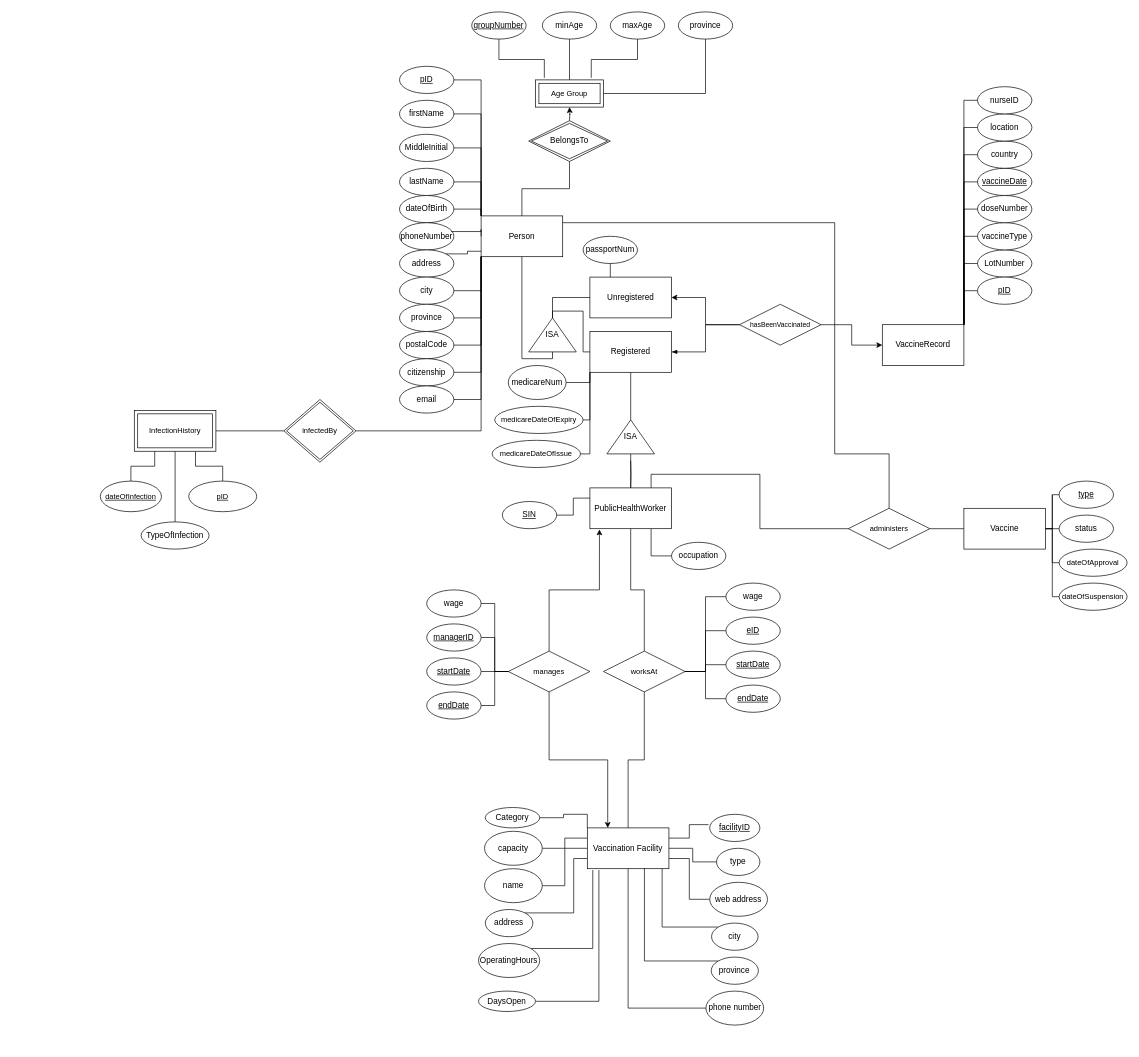
Fryingpannn/Databases keeps this draw.io diagram as main-project/COMP_353_ER_Diagram_Main_1.drawio. Above is the earlier version. Source tidied: cells renumbered, new cells numbered last; positions are measured from the earlier drawing's top-left corner, leaving out a move shared by most shapes. Both pictures are drawn from the tidied source at 68%, with x=0, y=0 at pixel (100, 12).
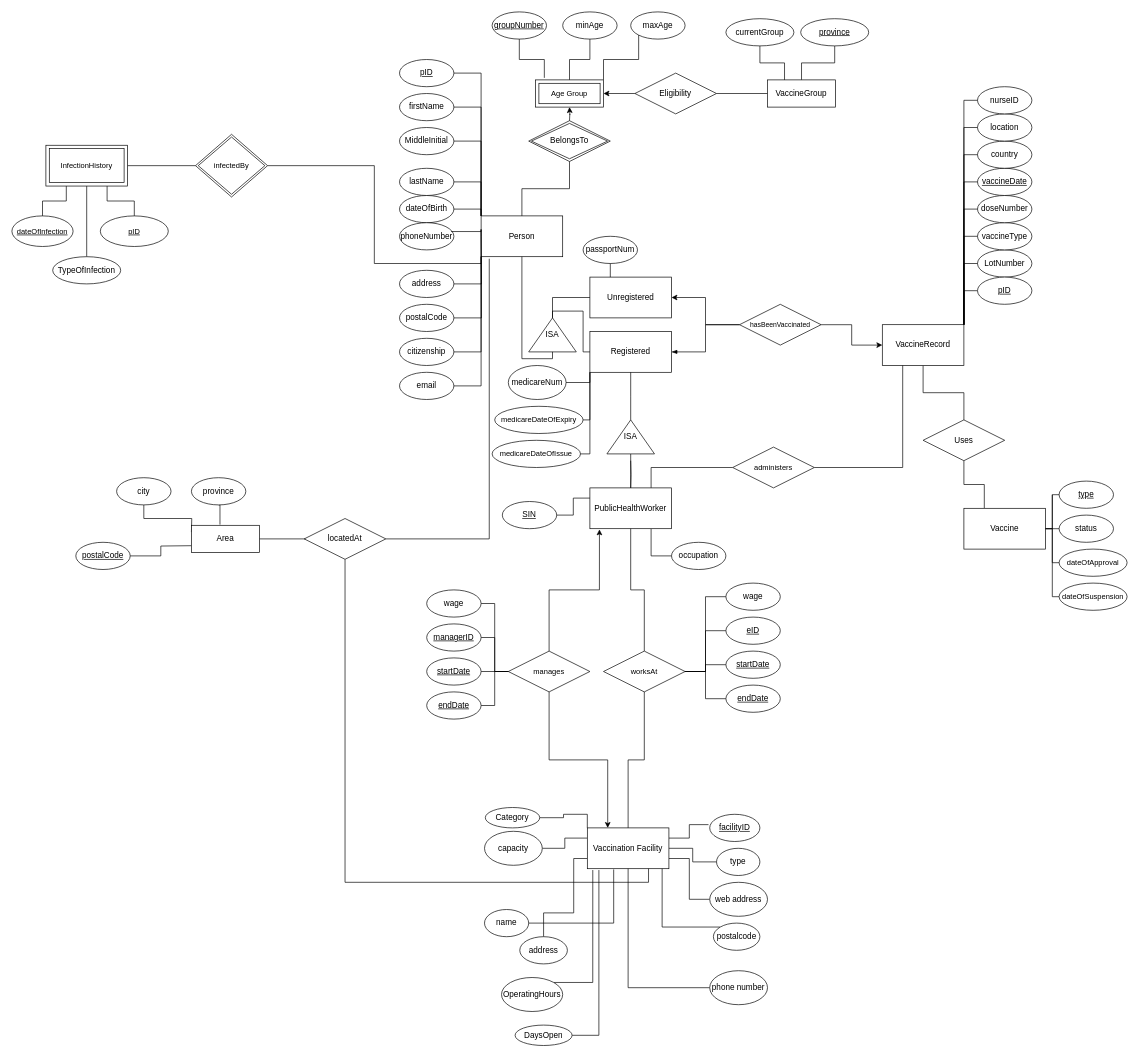
After the change.

Commit message:
Changes to how vaccines are administered

Unchanged cells that the change refers to:
```xml
<mxCell id="2" value="Person" style="rounded=0;whiteSpace=wrap;html=1;" parent="1" vertex="1">
  <mxGeometry x="560" y="300" width="120" height="60" as="geometry" />
</mxCell>
<mxCell id="42" value="VaccineRecord" style="rounded=0;whiteSpace=wrap;html=1;" parent="1" vertex="1">
  <mxGeometry x="1150" y="460" width="120" height="60" as="geometry" />
</mxCell>
<mxCell id="81" value="Vaccine" style="rounded=0;whiteSpace=wrap;html=1;" parent="1" vertex="1">
  <mxGeometry x="1270" y="730" width="120" height="60" as="geometry" />
</mxCell>
<mxCell id="88" value="Vaccination Facility" style="rounded=0;whiteSpace=wrap;html=1;" parent="1" vertex="1">
  <mxGeometry x="716.2" y="1200" width="120" height="60" as="geometry" />
</mxCell>
<mxCell id="114" value="Age Group" style="shape=ext;margin=3;double=1;whiteSpace=wrap;html=1;align=center;labelBackgroundColor=none;fontSize=11;fontColor=default;" parent="1" vertex="1">
  <mxGeometry x="640" y="100" width="100" height="40" as="geometry" />
</mxCell>
```

What changed in the source:
```diff
@@
     <mxCell id="3" value="firstName" style="ellipse;whiteSpace=wrap;html=1;" parent="1" vertex="1">
-      <mxGeometry x="440" y="130" width="80" height="40" as="geometry" />
+      <mxGeometry x="440" y="120" width="80" height="40" as="geometry" />
     </mxCell>
@@
+    <mxCell id="153" style="edgeStyle=orthogonalEdgeStyle;rounded=0;jettySize=auto;html=1;exitX=1;exitY=0.5;exitDx=0;exitDy=0;startArrow=none;startFill=0;endArrow=none;endFill=0;" parent="1" edge="1" source="7">
+      <mxGeometry relative="1" as="geometry">
+        <mxPoint x="560" y="330" as="targetPoint" />
+      </mxGeometry>
+    </mxCell>
     <mxCell id="7" value="address" style="ellipse;whiteSpace=wrap;html=1;" parent="1" vertex="1">
-      <mxGeometry x="440" y="350" width="80" height="40" as="geometry" />
+      <mxGeometry x="440" y="380" width="80" height="40" as="geometry" />
     </mxCell>
+    <mxCell id="154" style="edgeStyle=orthogonalEdgeStyle;rounded=0;jettySize=auto;html=1;exitX=0.5;exitY=1;exitDx=0;exitDy=0;entryX=0;entryY=0.25;entryDx=0;entryDy=0;endArrow=none;endFill=0;" parent="1" edge="1" source="8">
+      <mxGeometry relative="1" as="geometry">
+        <mxPoint x="134" y="765" as="targetPoint" />
+      </mxGeometry>
+    </mxCell>
     <mxCell id="8" value="city" style="ellipse;whiteSpace=wrap;html=1;" parent="1" vertex="1">
-      <mxGeometry x="440" y="390" width="80" height="40" as="geometry" />
+      <mxGeometry x="24" y="685" width="80" height="40" as="geometry" />
     </mxCell>
+    <mxCell id="155" style="edgeStyle=orthogonalEdgeStyle;rounded=0;jettySize=auto;html=1;exitX=0.5;exitY=1;exitDx=0;exitDy=0;entryX=0.42;entryY=-0.025;entryDx=0;entryDy=0;entryPerimeter=0;endArrow=none;endFill=0;" parent="1" edge="1" source="9">
+      <mxGeometry relative="1" as="geometry">
+        <mxPoint x="176" y="754" as="targetPoint" />
+      </mxGeometry>
+    </mxCell>
     <mxCell id="9" value="province" style="ellipse;whiteSpace=wrap;html=1;" parent="1" vertex="1">
-      <mxGeometry x="440" y="430" width="80" height="40" as="geometry" />
+      <mxGeometry x="134" y="685" width="80" height="40" as="geometry" />
     </mxCell>
+    <mxCell id="156" style="edgeStyle=orthogonalEdgeStyle;rounded=0;jettySize=auto;html=1;exitX=1;exitY=0.5;exitDx=0;exitDy=0;entryX=0;entryY=0.75;entryDx=0;entryDy=0;endArrow=none;endFill=0;" parent="1" edge="1" source="10">
+      <mxGeometry relative="1" as="geometry">
+        <mxPoint x="134" y="785" as="targetPoint" />
+      </mxGeometry>
+    </mxCell>
-    <mxCell id="10" value="postalCode" style="ellipse;whiteSpace=wrap;html=1;" parent="1" vertex="1">
-      <mxGeometry x="440" y="470" width="80" height="40" as="geometry" />
+    <mxCell id="10" value="&lt;u&gt;postalCode&lt;/u&gt;" style="ellipse;whiteSpace=wrap;html=1;" parent="1" vertex="1">
+      <mxGeometry x="-36" y="780" width="80" height="40" as="geometry" />
     </mxCell>
     <mxCell id="11" value="citizenship" style="ellipse;whiteSpace=wrap;html=1;" parent="1" vertex="1">
-      <mxGeometry x="440" y="510" width="80" height="40" as="geometry" />
+      <mxGeometry x="440" y="480" width="80" height="40" as="geometry" />
     </mxCell>
     <mxCell id="12" value="email" style="ellipse;whiteSpace=wrap;html=1;" parent="1" vertex="1">
-      <mxGeometry x="440" y="550" width="80" height="40" as="geometry" />
+      <mxGeometry x="440" y="530" width="80" height="40" as="geometry" />
     </mxCell>
@@
-    <mxCell id="14" style="endArrow=none;html=1;rounded=0;fontSize=6;edgeStyle=orthogonalEdgeStyle;entryX=0;entryY=0.867;entryDx=0;entryDy=0;exitX=1;exitY=0;exitDx=0;exitDy=0;entryPerimeter=0;" parent="1" edge="1" source="7" target="2">
-      <mxGeometry relative="1" as="geometry">
-        <Array as="points">
-          <mxPoint x="540" y="356" />
-          <mxPoint x="540" y="352" />
-        </Array>
-      </mxGeometry>
-    </mxCell>
-    <mxCell id="15" style="endArrow=none;html=1;rounded=0;fontSize=6;edgeStyle=orthogonalEdgeStyle;exitX=1;exitY=0.5;exitDx=0;exitDy=0;entryX=0;entryY=1;entryDx=0;entryDy=0;" parent="1" edge="1" source="8" target="2">
-      <mxGeometry relative="1" as="geometry" />
-    </mxCell>
-    <mxCell id="16" style="endArrow=none;html=1;rounded=0;fontSize=6;edgeStyle=orthogonalEdgeStyle;entryX=0;entryY=1;entryDx=0;entryDy=0;" parent="1" edge="1" source="9" target="2">
-      <mxGeometry relative="1" as="geometry" />
-    </mxCell>
-    <mxCell id="17" style="endArrow=none;html=1;rounded=0;fontSize=6;edgeStyle=orthogonalEdgeStyle;entryX=0;entryY=1;entryDx=0;entryDy=0;" parent="1" edge="1" source="10" target="2">
-      <mxGeometry relative="1" as="geometry" />
-    </mxCell>
@@
     <mxCell id="27" value="&lt;u&gt;groupNumber&lt;/u&gt;" style="ellipse;whiteSpace=wrap;html=1;" parent="1" vertex="1">
-      <mxGeometry x="546.2" width="80" height="40" as="geometry" />
+      <mxGeometry x="576.2" width="80" height="40" as="geometry" />
     </mxCell>
@@
     <mxCell id="29" value="minAge" style="ellipse;whiteSpace=wrap;html=1;" parent="1" vertex="1">
-      <mxGeometry x="650" width="80" height="40" as="geometry" />
+      <mxGeometry x="680" width="80" height="40" as="geometry" />
     </mxCell>
     <mxCell id="30" value="maxAge" style="ellipse;whiteSpace=wrap;html=1;" parent="1" vertex="1">
-      <mxGeometry x="750" width="80" height="40" as="geometry" />
+      <mxGeometry x="780" width="80" height="40" as="geometry" />
     </mxCell>
-    <mxCell id="31" style="endArrow=none;html=1;rounded=0;fontSize=12;edgeStyle=orthogonalEdgeStyle;exitX=0.82;exitY=-0.075;exitDx=0;exitDy=0;exitPerimeter=0;" parent="1" edge="1" source="114" target="30">
-      <mxGeometry relative="1" as="geometry">
-        <Array as="points">
-          <mxPoint x="722" y="70" />
-          <mxPoint x="790" y="70" />
-        </Array>
-      </mxGeometry>
-    </mxCell>
     <mxCell id="32" value="&lt;u&gt;&lt;font style=&quot;font-size: 11px&quot;&gt;dateOfInfection&lt;/font&gt;&lt;/u&gt;" style="ellipse;whiteSpace=wrap;html=1;" parent="1" vertex="1">
-      <mxGeometry y="690" width="90" height="45" as="geometry" />
+      <mxGeometry x="-130" y="300" width="90" height="45" as="geometry" />
     </mxCell>
@@
+    <mxCell id="157" style="edgeStyle=orthogonalEdgeStyle;rounded=0;jettySize=auto;html=1;exitX=0.5;exitY=1;exitDx=0;exitDy=0;entryX=0.5;entryY=0;entryDx=0;entryDy=0;startArrow=none;startFill=0;endArrow=none;endFill=0;" parent="1" edge="1" source="42" target="176">
+      <mxGeometry relative="1" as="geometry" />
+    </mxCell>
@@
-    <mxCell id="79" style="edgeStyle=orthogonalEdgeStyle;rounded=0;jettySize=auto;html=1;exitX=1;exitY=0.5;exitDx=0;exitDy=0;endArrow=none;endFill=0;startArrow=none;startFill=0;" parent="1" edge="1" source="80" target="81">
-      <mxGeometry relative="1" as="geometry" />
-    </mxCell>
+    <mxCell id="158" style="edgeStyle=orthogonalEdgeStyle;rounded=0;jettySize=auto;html=1;exitX=1;exitY=0.5;exitDx=0;exitDy=0;entryX=0.25;entryY=1;entryDx=0;entryDy=0;startArrow=none;startFill=0;endArrow=none;endFill=0;" parent="1" edge="1" source="80" target="42">
+      <mxGeometry relative="1" as="geometry" />
+    </mxCell>
     <mxCell id="80" value="&lt;font style=&quot;font-size: 11px&quot;&gt;administers&lt;/font&gt;" style="shape=rhombus;perimeter=rhombusPerimeter;whiteSpace=wrap;html=1;align=center;fontSize=6;" parent="1" vertex="1">
-      <mxGeometry x="1100" y="730" width="120" height="60" as="geometry" />
+      <mxGeometry x="930" y="640" width="120" height="60" as="geometry" />
     </mxCell>
+    <mxCell id="159" style="edgeStyle=orthogonalEdgeStyle;rounded=0;jettySize=auto;html=1;exitX=0.25;exitY=0;exitDx=0;exitDy=0;entryX=0.5;entryY=1;entryDx=0;entryDy=0;startArrow=none;startFill=0;endArrow=none;endFill=0;" parent="1" edge="1" source="81" target="176">
+      <mxGeometry relative="1" as="geometry" />
+    </mxCell>
@@
-    <mxCell id="83" style="edgeStyle=orthogonalEdgeStyle;rounded=0;jettySize=auto;html=1;exitX=0;exitY=0.5;exitDx=0;exitDy=0;fontSize=11;fontColor=default;startArrow=none;startFill=0;endArrow=none;endFill=0;" parent="1" edge="1" source="88" target="89">
-      <mxGeometry relative="1" as="geometry" />
-    </mxCell>
@@
+    <mxCell id="160" style="edgeStyle=orthogonalEdgeStyle;rounded=0;jettySize=auto;html=1;exitX=1;exitY=0.5;exitDx=0;exitDy=0;entryX=0.323;entryY=1.017;entryDx=0;entryDy=0;entryPerimeter=0;startArrow=none;startFill=0;endArrow=none;endFill=0;" parent="1" edge="1" source="89" target="88">
+      <mxGeometry relative="1" as="geometry" />
+    </mxCell>
     <mxCell id="89" value="name" style="ellipse;whiteSpace=wrap;html=1;" parent="1" vertex="1">
-      <mxGeometry x="565" y="1260" width="85" height="50" as="geometry" />
+      <mxGeometry x="565" y="1320" width="65" height="40" as="geometry" />
     </mxCell>
     <mxCell id="90" value="address" style="ellipse;whiteSpace=wrap;html=1;" parent="1" vertex="1">
-      <mxGeometry x="566.2" y="1320" width="70" height="40" as="geometry" />
+      <mxGeometry x="616.9" y="1360" width="70" height="40" as="geometry" />
     </mxCell>
@@
     <mxCell id="92" value="phone number" style="ellipse;whiteSpace=wrap;html=1;" parent="1" vertex="1">
-      <mxGeometry x="890.6" y="1440" width="85" height="50" as="geometry" />
+      <mxGeometry x="896.2" y="1410" width="85" height="50" as="geometry" />
     </mxCell>
@@
-    <mxCell id="104" style="endArrow=none;html=1;rounded=0;fontSize=9;edgeStyle=orthogonalEdgeStyle;entryX=0.5;entryY=0;entryDx=0;entryDy=0;" parent="1" edge="1" source="2" target="80">
-      <mxGeometry relative="1" as="geometry">
-        <Array as="points">
-          <mxPoint x="1080" y="310" />
-          <mxPoint x="1080" y="650" />
-          <mxPoint x="1160" y="650" />
-        </Array>
-      </mxGeometry>
-    </mxCell>
     <mxCell id="105" value="infectedBy" style="shape=rhombus;double=1;perimeter=rhombusPerimeter;whiteSpace=wrap;html=1;align=center;labelBackgroundColor=none;fontSize=11;fontColor=default;" parent="1" vertex="1">
-      <mxGeometry x="270" y="570" width="106" height="92.2" as="geometry" />
+      <mxGeometry x="140" y="180" width="106" height="92.2" as="geometry" />
     </mxCell>
@@
     <mxCell id="110" value="&lt;div&gt;InfectionHistory&lt;/div&gt;" style="shape=ext;margin=3;double=1;whiteSpace=wrap;html=1;align=center;labelBackgroundColor=none;fontSize=11;fontColor=default;" parent="1" vertex="1">
-      <mxGeometry x="50" y="586.1" width="120" height="60" as="geometry" />
+      <mxGeometry x="-80" y="196.1" width="120" height="60" as="geometry" />
     </mxCell>
@@
-    <mxCell id="113" style="edgeStyle=orthogonalEdgeStyle;rounded=0;jettySize=auto;html=1;exitX=1;exitY=0.5;exitDx=0;exitDy=0;entryX=0.5;entryY=1;entryDx=0;entryDy=0;endArrow=none;endFill=0;" parent="1" edge="1" source="114" target="150">
-      <mxGeometry relative="1" as="geometry" />
-    </mxCell>
+    <mxCell id="31" style="edgeStyle=orthogonalEdgeStyle;rounded=0;jettySize=auto;html=1;exitX=1;exitY=0;exitDx=0;exitDy=0;entryX=0;entryY=1;entryDx=0;entryDy=0;endArrow=none;endFill=0;" parent="1" edge="1" source="114" target="30">
+      <mxGeometry relative="1" as="geometry" />
+    </mxCell>
+    <mxCell id="161" style="edgeStyle=orthogonalEdgeStyle;rounded=0;jettySize=auto;html=1;endArrow=none;endFill=0;entryX=0;entryY=0.5;entryDx=0;entryDy=0;startArrow=classic;startFill=1;" parent="1" edge="1" source="114" target="166">
+      <mxGeometry relative="1" as="geometry" />
+    </mxCell>
@@
     <mxCell id="115" value="&lt;u&gt;pID&lt;/u&gt;" style="ellipse;whiteSpace=wrap;html=1;align=center;labelBackgroundColor=none;fontSize=11;fontColor=default;" parent="1" vertex="1">
-      <mxGeometry x="130" y="690" width="100" height="45" as="geometry" />
+      <mxGeometry y="300" width="100" height="45" as="geometry" />
     </mxCell>
@@
-    <mxCell id="121" style="edgeStyle=orthogonalEdgeStyle;rounded=0;jettySize=auto;html=1;exitX=0;exitY=0;exitDx=0;exitDy=0;entryX=0.7;entryY=0.983;entryDx=0;entryDy=0;entryPerimeter=0;endArrow=none;endFill=0;" parent="1" edge="1" source="122" target="88">
-      <mxGeometry relative="1" as="geometry" />
-    </mxCell>
-    <mxCell id="122" value="&lt;div&gt;province&lt;/div&gt;" style="ellipse;whiteSpace=wrap;html=1;" parent="1" vertex="1">
-      <mxGeometry x="898.4" y="1390" width="69.4" height="40" as="geometry" />
-    </mxCell>
@@
-    <mxCell id="126" value="city" style="ellipse;whiteSpace=wrap;html=1;" parent="1" vertex="1">
-      <mxGeometry x="898.9" y="1340" width="68.4" height="40" as="geometry" />
+    <mxCell id="126" value="postalcode" style="ellipse;whiteSpace=wrap;html=1;" parent="1" vertex="1">
+      <mxGeometry x="901.6" y="1340" width="68.4" height="40" as="geometry" />
     </mxCell>
@@
     <mxCell id="128" value="&lt;u&gt;pID&lt;/u&gt;" style="ellipse;whiteSpace=wrap;html=1;" parent="1" vertex="1">
-      <mxGeometry x="440" y="80" width="80" height="40" as="geometry" />
+      <mxGeometry x="440" y="70" width="80" height="40" as="geometry" />
     </mxCell>
     <mxCell id="129" value="TypeOfInfection" style="ellipse;whiteSpace=wrap;html=1;align=center;" parent="1" vertex="1">
-      <mxGeometry x="60" y="750" width="100" height="40" as="geometry" />
+      <mxGeometry x="-70" y="360" width="100" height="40" as="geometry" />
     </mxCell>
@@
     <mxCell id="131" value="OperatingHours" style="ellipse;whiteSpace=wrap;html=1;align=center;" parent="1" vertex="1">
-      <mxGeometry x="556.2" y="1370" width="90" height="50" as="geometry" />
+      <mxGeometry x="590" y="1420" width="90" height="50" as="geometry" />
     </mxCell>
@@
     <mxCell id="133" value="DaysOpen" style="ellipse;whiteSpace=wrap;html=1;align=center;" parent="1" vertex="1">
-      <mxGeometry x="556.2" y="1440" width="83.8" height="30" as="geometry" />
+      <mxGeometry x="610" y="1490" width="83.8" height="30" as="geometry" />
     </mxCell>
@@
-    <mxCell id="150" value="province" style="ellipse;whiteSpace=wrap;html=1;" parent="1" vertex="1">
-      <mxGeometry x="850" width="80" height="40" as="geometry" />
-    </mxCell>
@@
     <mxCell id="152" value="MiddleInitial" style="ellipse;whiteSpace=wrap;html=1;" parent="1" vertex="1">
-      <mxGeometry x="440" y="180" width="80" height="40" as="geometry" />
+      <mxGeometry x="440" y="170" width="80" height="40" as="geometry" />
     </mxCell>
+    <mxCell id="162" style="edgeStyle=orthogonalEdgeStyle;rounded=0;orthogonalLoop=1;jettySize=auto;html=1;exitX=1;exitY=0.5;exitDx=0;exitDy=0;entryX=0;entryY=0.5;entryDx=0;entryDy=0;endArrow=none;endFill=0;" parent="1" edge="1">
+      <mxGeometry relative="1" as="geometry">
+        <mxPoint x="234" y="775" as="sourcePoint" />
+        <mxPoint x="307" y="775" as="targetPoint" />
+      </mxGeometry>
+    </mxCell>
+    <mxCell id="163" style="edgeStyle=orthogonalEdgeStyle;rounded=0;jettySize=auto;html=1;exitX=0.5;exitY=1;exitDx=0;exitDy=0;entryX=0.5;entryY=0;entryDx=0;entryDy=0;startArrow=none;startFill=0;endArrow=none;endFill=0;" parent="1" edge="1" source="164" target="167">
+      <mxGeometry relative="1" as="geometry" />
+    </mxCell>
+    <mxCell id="164" value="&lt;u&gt;province&lt;/u&gt;" style="ellipse;whiteSpace=wrap;html=1;align=center;" parent="1" vertex="1">
+      <mxGeometry x="1030" y="10" width="100" height="40" as="geometry" />
+    </mxCell>
+    <mxCell id="165" style="edgeStyle=orthogonalEdgeStyle;rounded=0;jettySize=auto;html=1;exitX=1;exitY=0.5;exitDx=0;exitDy=0;entryX=0;entryY=0.5;entryDx=0;entryDy=0;startArrow=none;startFill=0;endArrow=none;endFill=0;" parent="1" edge="1" source="166" target="167">
+      <mxGeometry relative="1" as="geometry" />
+    </mxCell>
+    <mxCell id="166" value="Eligibility" style="shape=rhombus;perimeter=rhombusPerimeter;whiteSpace=wrap;html=1;align=center;" parent="1" vertex="1">
+      <mxGeometry x="786.2" y="90" width="120" height="60" as="geometry" />
+    </mxCell>
+    <mxCell id="167" value="VaccineGroup" style="whiteSpace=wrap;html=1;align=center;" parent="1" vertex="1">
+      <mxGeometry x="981.2" y="100" width="100" height="40" as="geometry" />
+    </mxCell>
+    <mxCell id="168" style="edgeStyle=orthogonalEdgeStyle;rounded=0;jettySize=auto;html=1;exitX=0.5;exitY=1;exitDx=0;exitDy=0;entryX=0.25;entryY=0;entryDx=0;entryDy=0;startArrow=none;startFill=0;endArrow=none;endFill=0;" parent="1" edge="1" source="169" target="167">
+      <mxGeometry relative="1" as="geometry" />
+    </mxCell>
+    <mxCell id="169" value="currentGroup" style="ellipse;whiteSpace=wrap;html=1;align=center;" parent="1" vertex="1">
+      <mxGeometry x="920" y="10" width="100" height="40" as="geometry" />
+    </mxCell>
+    <mxCell id="170" style="edgeStyle=orthogonalEdgeStyle;rounded=0;jettySize=auto;html=1;exitX=1;exitY=0.5;exitDx=0;exitDy=0;startArrow=none;startFill=0;endArrow=none;endFill=0;" parent="1" edge="1" source="171">
+      <mxGeometry relative="1" as="geometry">
+        <mxPoint x="560" y="320" as="targetPoint" />
+      </mxGeometry>
+    </mxCell>
+    <mxCell id="171" value="postalCode" style="ellipse;whiteSpace=wrap;html=1;" parent="1" vertex="1">
+      <mxGeometry x="440" y="430" width="80" height="40" as="geometry" />
+    </mxCell>
+    <mxCell id="172" value="Area" style="whiteSpace=wrap;html=1;align=center;" parent="1" vertex="1">
+      <mxGeometry x="134" y="755" width="100" height="40" as="geometry" />
+    </mxCell>
+    <mxCell id="173" style="edgeStyle=orthogonalEdgeStyle;rounded=0;jettySize=auto;html=1;exitX=1;exitY=0.5;exitDx=0;exitDy=0;entryX=0.1;entryY=1.05;entryDx=0;entryDy=0;entryPerimeter=0;startArrow=none;startFill=0;endArrow=none;endFill=0;" parent="1" edge="1" source="175" target="2">
+      <mxGeometry relative="1" as="geometry" />
+    </mxCell>
+    <mxCell id="174" style="edgeStyle=orthogonalEdgeStyle;rounded=0;jettySize=auto;html=1;exitX=0.5;exitY=1;exitDx=0;exitDy=0;entryX=0.75;entryY=1;entryDx=0;entryDy=0;startArrow=none;startFill=0;endArrow=none;endFill=0;" parent="1" edge="1" source="175" target="88">
+      <mxGeometry relative="1" as="geometry" />
+    </mxCell>
+    <mxCell id="175" value="locatedAt" style="shape=rhombus;perimeter=rhombusPerimeter;whiteSpace=wrap;html=1;align=center;" parent="1" vertex="1">
+      <mxGeometry x="299.9" y="745" width="120" height="60" as="geometry" />
+    </mxCell>
+    <mxCell id="176" value="Uses" style="shape=rhombus;perimeter=rhombusPerimeter;whiteSpace=wrap;html=1;align=center;" parent="1" vertex="1">
+      <mxGeometry x="1210" y="600" width="120" height="60" as="geometry" />
+    </mxCell>
```
